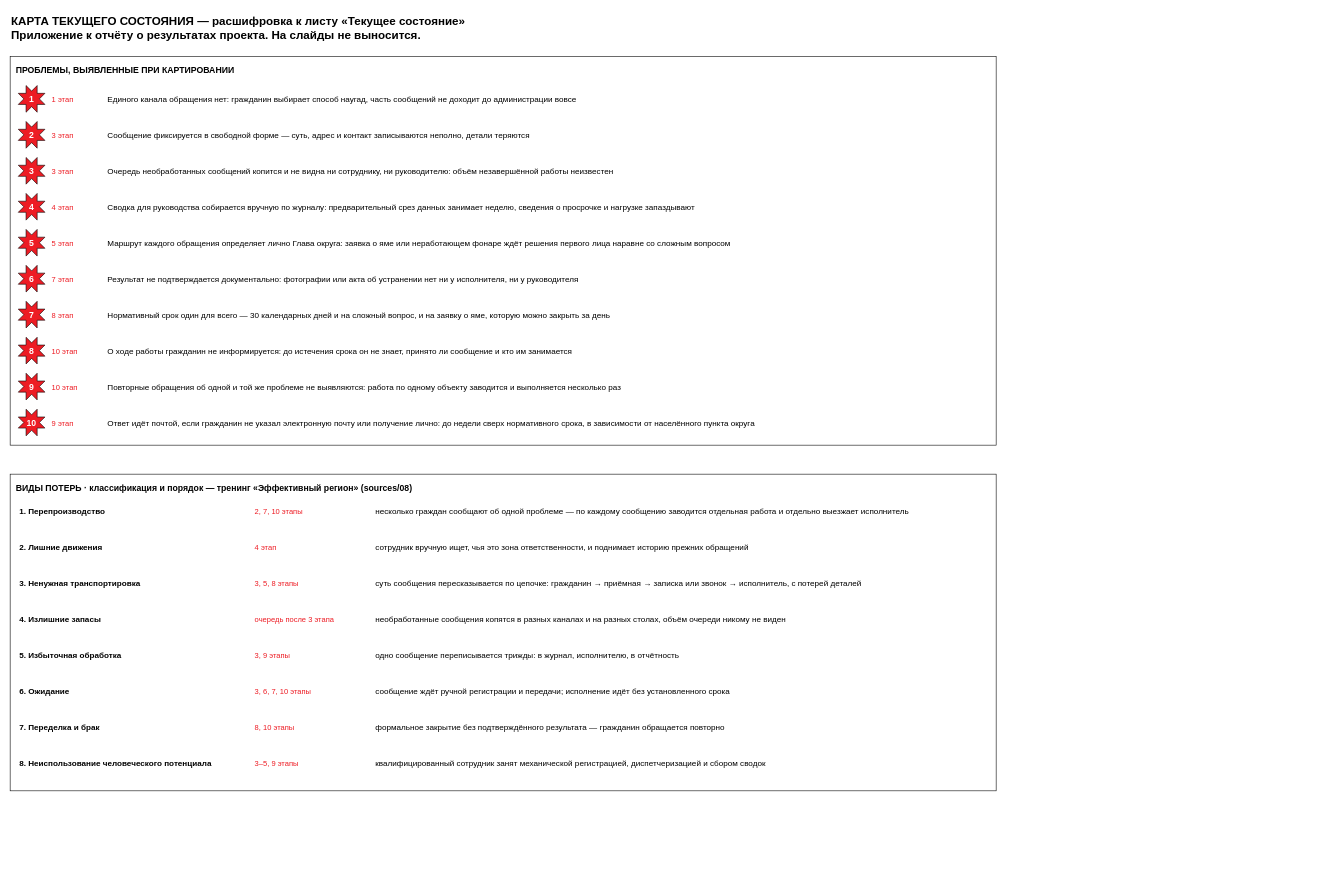
The draw.io diagram page "Проблемы и потери" (2 of 2) of файлы/karta-tekushchego.drawio in NiceGenn/Team-28-progress, before the edit. Source tidied: cells renumbered, new cells numbered last; positions are measured from the earlier drawing's top-left corner, leaving out a move shared by most shapes. Both pictures are drawn from the tidied source at 58%, with x=0, y=0 at pixel (10, 10).
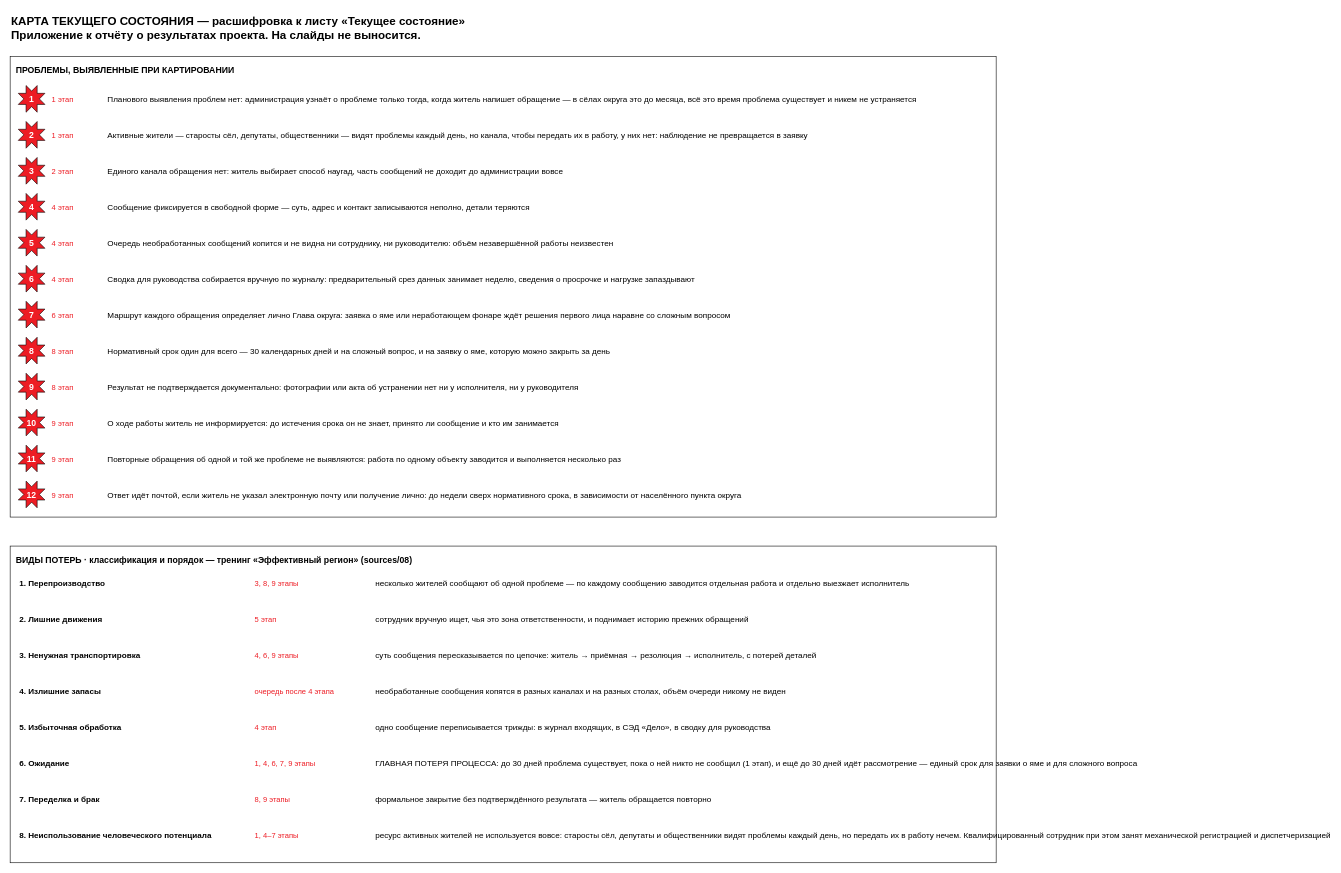
After the change.

What changed in the source:
```diff
@@
     <mxCell id="3" value="ПРОБЛЕМЫ, ВЫЯВЛЕННЫЕ ПРИ КАРТИРОВАНИИ" style="rounded=0;whiteSpace=wrap;html=1;fillColor=#FFFFFF;strokeColor=#000000;align=left;verticalAlign=top;fontSize=15;fontStyle=1;spacing=10;" parent="1" vertex="1">
-      <mxGeometry y="80" width="1700" height="670" as="geometry" />
+      <mxGeometry y="80" width="1700" height="794" as="geometry" />
     </mxCell>
@@
-    <mxCell id="6" value="Единого канала обращения нет: гражданин выбирает способ наугад, часть сообщений не доходит до администрации вовсе" style="text;html=1;align=left;verticalAlign=middle;fontSize=14;" parent="3" vertex="1">
+    <mxCell id="6" value="Планового выявления проблем нет: администрация узнаёт о проблеме только тогда, когда житель напишет обращение — в сёлах округа это до месяца, всё это время проблема существует и никем не устраняется" style="text;html=1;align=left;verticalAlign=middle;fontSize=14;" parent="3" vertex="1">
       <mxGeometry x="166" y="50" width="1516" height="48" as="geometry" />
     </mxCell>
@@
-    <mxCell id="8" value="3 этап" style="text;html=1;align=left;verticalAlign=middle;fontSize=13;fontColor=#ED1C24;" parent="3" vertex="1">
+    <mxCell id="8" value="1 этап" style="text;html=1;align=left;verticalAlign=middle;fontSize=13;fontColor=#ED1C24;" parent="3" vertex="1">
       <mxGeometry x="70" y="112" width="90" height="48" as="geometry" />
     </mxCell>
-    <mxCell id="9" value="Сообщение фиксируется в свободной форме — суть, адрес и контакт записываются неполно, детали теряются" style="text;html=1;align=left;verticalAlign=middle;fontSize=14;" parent="3" vertex="1">
+    <mxCell id="9" value="Активные жители — старосты сёл, депутаты, общественники — видят проблемы каждый день, но канала, чтобы передать их в работу, у них нет: наблюдение не превращается в заявку" style="text;html=1;align=left;verticalAlign=middle;fontSize=14;" parent="3" vertex="1">
       <mxGeometry x="166" y="112" width="1516" height="48" as="geometry" />
     </mxCell>
@@
-    <mxCell id="11" value="3 этап" style="text;html=1;align=left;verticalAlign=middle;fontSize=13;fontColor=#ED1C24;" parent="3" vertex="1">
+    <mxCell id="11" value="2 этап" style="text;html=1;align=left;verticalAlign=middle;fontSize=13;fontColor=#ED1C24;" parent="3" vertex="1">
       <mxGeometry x="70" y="174" width="90" height="48" as="geometry" />
     </mxCell>
-    <mxCell id="12" value="Очередь необработанных сообщений копится и не видна ни сотруднику, ни руководителю: объём незавершённой работы неизвестен" style="text;html=1;align=left;verticalAlign=middle;fontSize=14;" parent="3" vertex="1">
+    <mxCell id="12" value="Единого канала обращения нет: житель выбирает способ наугад, часть сообщений не доходит до администрации вовсе" style="text;html=1;align=left;verticalAlign=middle;fontSize=14;" parent="3" vertex="1">
       <mxGeometry x="166" y="174" width="1516" height="48" as="geometry" />
     </mxCell>
@@
-    <mxCell id="15" value="Сводка для руководства собирается вручную по журналу: предварительный срез данных занимает неделю, сведения о просрочке и нагрузке запаздывают" style="text;html=1;align=left;verticalAlign=middle;fontSize=14;" parent="3" vertex="1">
+    <mxCell id="15" value="Сообщение фиксируется в свободной форме — суть, адрес и контакт записываются неполно, детали теряются" style="text;html=1;align=left;verticalAlign=middle;fontSize=14;" parent="3" vertex="1">
       <mxGeometry x="166" y="236" width="1516" height="48" as="geometry" />
     </mxCell>
@@
-    <mxCell id="17" value="5 этап" style="text;html=1;align=left;verticalAlign=middle;fontSize=13;fontColor=#ED1C24;" parent="3" vertex="1">
+    <mxCell id="17" value="4 этап" style="text;html=1;align=left;verticalAlign=middle;fontSize=13;fontColor=#ED1C24;" parent="3" vertex="1">
       <mxGeometry x="70" y="298" width="90" height="48" as="geometry" />
     </mxCell>
-    <mxCell id="18" value="Маршрут каждого обращения определяет лично Глава округа: заявка о яме или неработающем фонаре ждёт решения первого лица наравне со сложным вопросом" style="text;html=1;align=left;verticalAlign=middle;fontSize=14;" parent="3" vertex="1">
+    <mxCell id="18" value="Очередь необработанных сообщений копится и не видна ни сотруднику, ни руководителю: объём незавершённой работы неизвестен" style="text;html=1;align=left;verticalAlign=middle;fontSize=14;" parent="3" vertex="1">
       <mxGeometry x="166" y="298" width="1516" height="48" as="geometry" />
     </mxCell>
@@
-    <mxCell id="20" value="7 этап" style="text;html=1;align=left;verticalAlign=middle;fontSize=13;fontColor=#ED1C24;" parent="3" vertex="1">
+    <mxCell id="20" value="4 этап" style="text;html=1;align=left;verticalAlign=middle;fontSize=13;fontColor=#ED1C24;" parent="3" vertex="1">
       <mxGeometry x="70" y="360" width="90" height="48" as="geometry" />
     </mxCell>
-    <mxCell id="21" value="Результат не подтверждается документально: фотографии или акта об устранении нет ни у исполнителя, ни у руководителя" style="text;html=1;align=left;verticalAlign=middle;fontSize=14;" parent="3" vertex="1">
+    <mxCell id="21" value="Сводка для руководства собирается вручную по журналу: предварительный срез данных занимает неделю, сведения о просрочке и нагрузке запаздывают" style="text;html=1;align=left;verticalAlign=middle;fontSize=14;" parent="3" vertex="1">
       <mxGeometry x="166" y="360" width="1516" height="48" as="geometry" />
     </mxCell>
@@
-    <mxCell id="23" value="8 этап" style="text;html=1;align=left;verticalAlign=middle;fontSize=13;fontColor=#ED1C24;" parent="3" vertex="1">
+    <mxCell id="23" value="6 этап" style="text;html=1;align=left;verticalAlign=middle;fontSize=13;fontColor=#ED1C24;" parent="3" vertex="1">
       <mxGeometry x="70" y="422" width="90" height="48" as="geometry" />
     </mxCell>
-    <mxCell id="24" value="Нормативный срок один для всего — 30 календарных дней и на сложный вопрос, и на заявку о яме, которую можно закрыть за день" style="text;html=1;align=left;verticalAlign=middle;fontSize=14;" parent="3" vertex="1">
+    <mxCell id="24" value="Маршрут каждого обращения определяет лично Глава округа: заявка о яме или неработающем фонаре ждёт решения первого лица наравне со сложным вопросом" style="text;html=1;align=left;verticalAlign=middle;fontSize=14;" parent="3" vertex="1">
       <mxGeometry x="166" y="422" width="1516" height="48" as="geometry" />
     </mxCell>
@@
-    <mxCell id="26" value="10 этап" style="text;html=1;align=left;verticalAlign=middle;fontSize=13;fontColor=#ED1C24;" parent="3" vertex="1">
+    <mxCell id="26" value="8 этап" style="text;html=1;align=left;verticalAlign=middle;fontSize=13;fontColor=#ED1C24;" parent="3" vertex="1">
       <mxGeometry x="70" y="484" width="90" height="48" as="geometry" />
     </mxCell>
-    <mxCell id="27" value="О ходе работы гражданин не информируется: до истечения срока он не знает, принято ли сообщение и кто им занимается" style="text;html=1;align=left;verticalAlign=middle;fontSize=14;" parent="3" vertex="1">
+    <mxCell id="27" value="Нормативный срок один для всего — 30 календарных дней и на сложный вопрос, и на заявку о яме, которую можно закрыть за день" style="text;html=1;align=left;verticalAlign=middle;fontSize=14;" parent="3" vertex="1">
       <mxGeometry x="166" y="484" width="1516" height="48" as="geometry" />
     </mxCell>
@@
-    <mxCell id="29" value="10 этап" style="text;html=1;align=left;verticalAlign=middle;fontSize=13;fontColor=#ED1C24;" parent="3" vertex="1">
+    <mxCell id="29" value="8 этап" style="text;html=1;align=left;verticalAlign=middle;fontSize=13;fontColor=#ED1C24;" parent="3" vertex="1">
       <mxGeometry x="70" y="546" width="90" height="48" as="geometry" />
     </mxCell>
-    <mxCell id="30" value="Повторные обращения об одной и той же проблеме не выявляются: работа по одному объекту заводится и выполняется несколько раз" style="text;html=1;align=left;verticalAlign=middle;fontSize=14;" parent="3" vertex="1">
+    <mxCell id="30" value="Результат не подтверждается документально: фотографии или акта об устранении нет ни у исполнителя, ни у руководителя" style="text;html=1;align=left;verticalAlign=middle;fontSize=14;" parent="3" vertex="1">
       <mxGeometry x="166" y="546" width="1516" height="48" as="geometry" />
     </mxCell>
@@
-    <mxCell id="33" value="Ответ идёт почтой, если гражданин не указал электронную почту или получение лично: до недели сверх нормативного срока, в зависимости от населённого пункта округа" style="text;html=1;align=left;verticalAlign=middle;fontSize=14;" parent="3" vertex="1">
+    <mxCell id="33" value="О ходе работы житель не информируется: до истечения срока он не знает, принято ли сообщение и кто им занимается" style="text;html=1;align=left;verticalAlign=middle;fontSize=14;" parent="3" vertex="1">
       <mxGeometry x="166" y="608" width="1516" height="48" as="geometry" />
     </mxCell>
+    <mxCell id="59" value="11" style="shape=mxgraph.basic.8_point_star;whiteSpace=wrap;html=1;fillColor=#ED1C24;strokeColor=#000000;fontColor=#FFFFFF;fontStyle=1;fontSize=15;" parent="3" vertex="1">
+      <mxGeometry x="14" y="670" width="46" height="46" as="geometry" />
+    </mxCell>
+    <mxCell id="60" value="9 этап" style="text;html=1;align=left;verticalAlign=middle;fontSize=13;fontColor=#ED1C24;" parent="3" vertex="1">
+      <mxGeometry x="70" y="670" width="90" height="48" as="geometry" />
+    </mxCell>
+    <mxCell id="61" value="Повторные обращения об одной и той же проблеме не выявляются: работа по одному объекту заводится и выполняется несколько раз" style="text;html=1;align=left;verticalAlign=middle;fontSize=14;" parent="3" vertex="1">
+      <mxGeometry x="166" y="670" width="1516" height="48" as="geometry" />
+    </mxCell>
+    <mxCell id="62" value="12" style="shape=mxgraph.basic.8_point_star;whiteSpace=wrap;html=1;fillColor=#ED1C24;strokeColor=#000000;fontColor=#FFFFFF;fontStyle=1;fontSize=15;" parent="3" vertex="1">
+      <mxGeometry x="14" y="732" width="46" height="46" as="geometry" />
+    </mxCell>
+    <mxCell id="63" value="9 этап" style="text;html=1;align=left;verticalAlign=middle;fontSize=13;fontColor=#ED1C24;" parent="3" vertex="1">
+      <mxGeometry x="70" y="732" width="90" height="48" as="geometry" />
+    </mxCell>
+    <mxCell id="64" value="Ответ идёт почтой, если житель не указал электронную почту или получение лично: до недели сверх нормативного срока, в зависимости от населённого пункта округа" style="text;html=1;align=left;verticalAlign=middle;fontSize=14;" parent="3" vertex="1">
+      <mxGeometry x="166" y="732" width="1516" height="48" as="geometry" />
+    </mxCell>
     <mxCell id="34" value="ВИДЫ ПОТЕРЬ  ·  классификация и порядок — тренинг «Эффективный регион» (sources/08)" style="rounded=0;whiteSpace=wrap;html=1;fillColor=#FFFFFF;strokeColor=#000000;align=left;verticalAlign=top;fontSize=15;fontStyle=1;spacing=10;" parent="1" vertex="1">
-      <mxGeometry y="800" width="1700" height="546" as="geometry" />
+      <mxGeometry y="924" width="1700" height="546" as="geometry" />
     </mxCell>
@@
-    <mxCell id="36" value="2, 7, 10 этапы" style="text;html=1;align=left;verticalAlign=top;fontSize=13;fontColor=#ED1C24;" parent="34" vertex="1">
+    <mxCell id="36" value="3, 8, 9 этапы" style="text;html=1;align=left;verticalAlign=top;fontSize=13;fontColor=#ED1C24;" parent="34" vertex="1">
       <mxGeometry x="420" y="50" width="200" height="54" as="geometry" />
     </mxCell>
-    <mxCell id="37" value="несколько граждан сообщают об одной проблеме — по каждому сообщению заводится отдельная работа и отдельно выезжает исполнитель" style="text;html=1;align=left;verticalAlign=top;fontSize=14;" parent="34" vertex="1">
+    <mxCell id="37" value="несколько жителей сообщают об одной проблеме — по каждому сообщению заводится отдельная работа и отдельно выезжает исполнитель" style="text;html=1;align=left;verticalAlign=top;fontSize=14;" parent="34" vertex="1">
       <mxGeometry x="628" y="50" width="1054" height="54" as="geometry" />
     </mxCell>
@@
-    <mxCell id="39" value="4 этап" style="text;html=1;align=left;verticalAlign=top;fontSize=13;fontColor=#ED1C24;" parent="34" vertex="1">
+    <mxCell id="39" value="5 этап" style="text;html=1;align=left;verticalAlign=top;fontSize=13;fontColor=#ED1C24;" parent="34" vertex="1">
       <mxGeometry x="420" y="112" width="200" height="54" as="geometry" />
     </mxCell>
@@
-    <mxCell id="42" value="3, 5, 8 этапы" style="text;html=1;align=left;verticalAlign=top;fontSize=13;fontColor=#ED1C24;" parent="34" vertex="1">
+    <mxCell id="42" value="4, 6, 9 этапы" style="text;html=1;align=left;verticalAlign=top;fontSize=13;fontColor=#ED1C24;" parent="34" vertex="1">
       <mxGeometry x="420" y="174" width="200" height="54" as="geometry" />
     </mxCell>
-    <mxCell id="43" value="суть сообщения пересказывается по цепочке: гражданин → приёмная → записка или звонок → исполнитель, с потерей деталей" style="text;html=1;align=left;verticalAlign=top;fontSize=14;" parent="34" vertex="1">
+    <mxCell id="43" value="суть сообщения пересказывается по цепочке: житель → приёмная → резолюция → исполнитель, с потерей деталей" style="text;html=1;align=left;verticalAlign=top;fontSize=14;" parent="34" vertex="1">
       <mxGeometry x="628" y="174" width="1054" height="54" as="geometry" />
     </mxCell>
@@
-    <mxCell id="45" value="очередь после 3 этапа" style="text;html=1;align=left;verticalAlign=top;fontSize=13;fontColor=#ED1C24;" parent="34" vertex="1">
+    <mxCell id="45" value="очередь после 4 этапа" style="text;html=1;align=left;verticalAlign=top;fontSize=13;fontColor=#ED1C24;" parent="34" vertex="1">
       <mxGeometry x="420" y="236" width="200" height="54" as="geometry" />
     </mxCell>
@@
-    <mxCell id="48" value="3, 9 этапы" style="text;html=1;align=left;verticalAlign=top;fontSize=13;fontColor=#ED1C24;" parent="34" vertex="1">
+    <mxCell id="48" value="4 этап" style="text;html=1;align=left;verticalAlign=top;fontSize=13;fontColor=#ED1C24;" parent="34" vertex="1">
       <mxGeometry x="420" y="298" width="200" height="54" as="geometry" />
     </mxCell>
-    <mxCell id="49" value="одно сообщение переписывается трижды: в журнал, исполнителю, в отчётность" style="text;html=1;align=left;verticalAlign=top;fontSize=14;" parent="34" vertex="1">
+    <mxCell id="49" value="одно сообщение переписывается трижды: в журнал входящих, в СЭД «Дело», в сводку для руководства" style="text;html=1;align=left;verticalAlign=top;fontSize=14;" parent="34" vertex="1">
       <mxGeometry x="628" y="298" width="1054" height="54" as="geometry" />
     </mxCell>
@@
-    <mxCell id="51" value="3, 6, 7, 10 этапы" style="text;html=1;align=left;verticalAlign=top;fontSize=13;fontColor=#ED1C24;" parent="34" vertex="1">
+    <mxCell id="51" value="1, 4, 6, 7, 9 этапы" style="text;html=1;align=left;verticalAlign=top;fontSize=13;fontColor=#ED1C24;" parent="34" vertex="1">
       <mxGeometry x="420" y="360" width="200" height="54" as="geometry" />
     </mxCell>
-    <mxCell id="52" value="сообщение ждёт ручной регистрации и передачи; исполнение идёт без установленного срока" style="text;html=1;align=left;verticalAlign=top;fontSize=14;" parent="34" vertex="1">
+    <mxCell id="52" value="ГЛАВНАЯ ПОТЕРЯ ПРОЦЕССА: до 30 дней проблема существует, пока о ней никто не сообщил (1 этап), и ещё до 30 дней идёт рассмотрение — единый срок для заявки о яме и для сложного вопроса" style="text;html=1;align=left;verticalAlign=top;fontSize=14;" parent="34" vertex="1">
       <mxGeometry x="628" y="360" width="1054" height="54" as="geometry" />
     </mxCell>
@@
-    <mxCell id="54" value="8, 10 этапы" style="text;html=1;align=left;verticalAlign=top;fontSize=13;fontColor=#ED1C24;" parent="34" vertex="1">
+    <mxCell id="54" value="8, 9 этапы" style="text;html=1;align=left;verticalAlign=top;fontSize=13;fontColor=#ED1C24;" parent="34" vertex="1">
       <mxGeometry x="420" y="422" width="200" height="54" as="geometry" />
     </mxCell>
-    <mxCell id="55" value="формальное закрытие без подтверждённого результата — гражданин обращается повторно" style="text;html=1;align=left;verticalAlign=top;fontSize=14;" parent="34" vertex="1">
+    <mxCell id="55" value="формальное закрытие без подтверждённого результата — житель обращается повторно" style="text;html=1;align=left;verticalAlign=top;fontSize=14;" parent="34" vertex="1">
       <mxGeometry x="628" y="422" width="1054" height="54" as="geometry" />
     </mxCell>
@@
-    <mxCell id="57" value="3–5, 9 этапы" style="text;html=1;align=left;verticalAlign=top;fontSize=13;fontColor=#ED1C24;" parent="34" vertex="1">
+    <mxCell id="57" value="1, 4–7 этапы" style="text;html=1;align=left;verticalAlign=top;fontSize=13;fontColor=#ED1C24;" parent="34" vertex="1">
       <mxGeometry x="420" y="484" width="200" height="54" as="geometry" />
     </mxCell>
-    <mxCell id="58" value="квалифицированный сотрудник занят механической регистрацией, диспетчеризацией и сбором сводок" style="text;html=1;align=left;verticalAlign=top;fontSize=14;" parent="34" vertex="1">
+    <mxCell id="58" value="ресурс активных жителей не используется вовсе: старосты сёл, депутаты и общественники видят проблемы каждый день, но передать их в работу нечем. Квалифицированный сотрудник при этом занят механической регистрацией и диспетчеризацией" style="text;html=1;align=left;verticalAlign=top;fontSize=14;" parent="34" vertex="1">
       <mxGeometry x="628" y="484" width="1054" height="54" as="geometry" />
     </mxCell>
```
